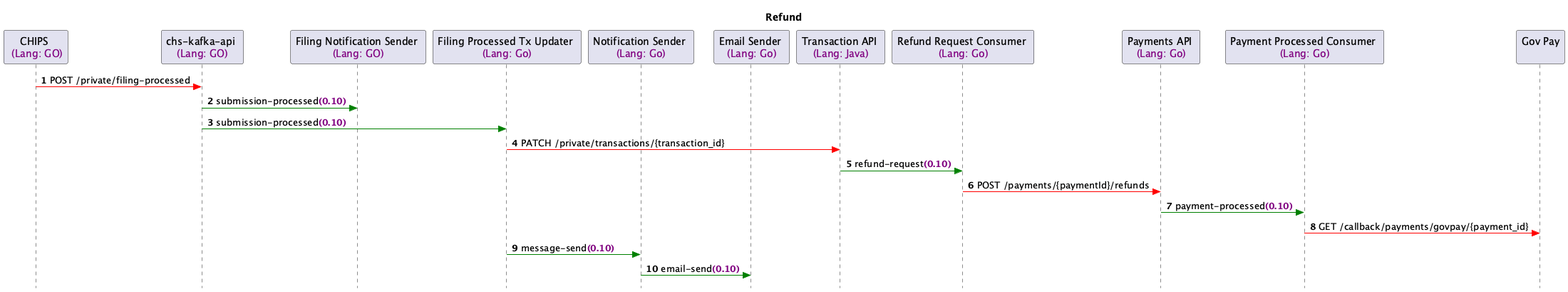
This is refund.png from companieshouse/refund-request-consumer-java, a PlantUML export, as it was before one commit.
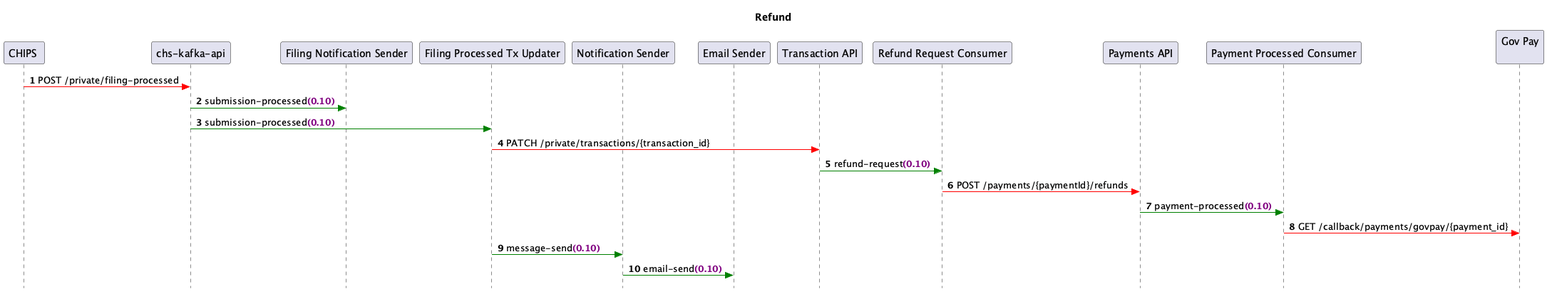
Above is the later version.

The edit, as a diff of the source:
```diff
@@ -5,16 +5,16 @@
     !$COLOR_KAFKA = "#green"
     !$COLOR_HTTP = "#red"
 
-    participant "CHIPS \n<font color=purple> (Lang: GO)" as chips
-    participant "chs-kafka-api \n<font color=purple> (Lang: GO) " as chs_kafka_api
-    participant "Filing Notification Sender \n<font color=purple>(Lang: GO)" as filing_notification
-    participant "Filing Processed Tx Updater \n<font color=purple>(Lang: Go)" as filing_processed
-    participant "Notification Sender \n<font color=purple>(Lang: Go)" as notification_sender
-    participant "Email Sender \n<font color=purple>(Lang: Go)" as email_sender
-    participant "Transaction API \n<font color=purple>(Lang: Java)" as transaction_api
-    participant "Refund Request Consumer \n<font color=purple>(Lang: Go)" as refund_request_consumer
-    participant "Payments API \n<font color=purple>(Lang: Go)" as payment_api
-    participant "Payment Processed Consumer \n<font color=purple>(Lang: Go)" as payment_processed_consumer
+    participant "CHIPS " as chips
+    participant "chs-kafka-api" as chs_kafka_api
+    participant "Filing Notification Sender" as filing_notification
+    participant "Filing Processed Tx Updater" as filing_processed
+    participant "Notification Sender" as notification_sender
+    participant "Email Sender" as email_sender
+    participant "Transaction API" as transaction_api
+    participant "Refund Request Consumer" as refund_request_consumer
+    participant "Payments API" as payment_api
+    participant "Payment Processed Consumer" as payment_processed_consumer
     participant "Gov Pay\n" as gov_pay
 
     autonumber
```
